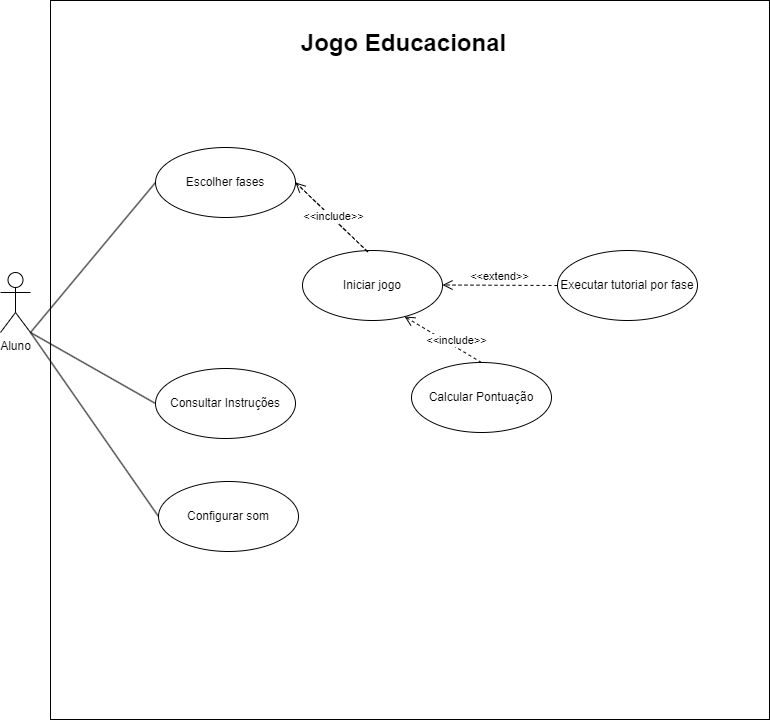
Earlier version of the draw.io export JOGOES.drawio.png (BrendaGarcez/Lixo-no-Lixo). Source tidied: cells renumbered, new cells last; positions are measured from the earlier drawing's top-left corner, leaving out a move shared by most shapes.
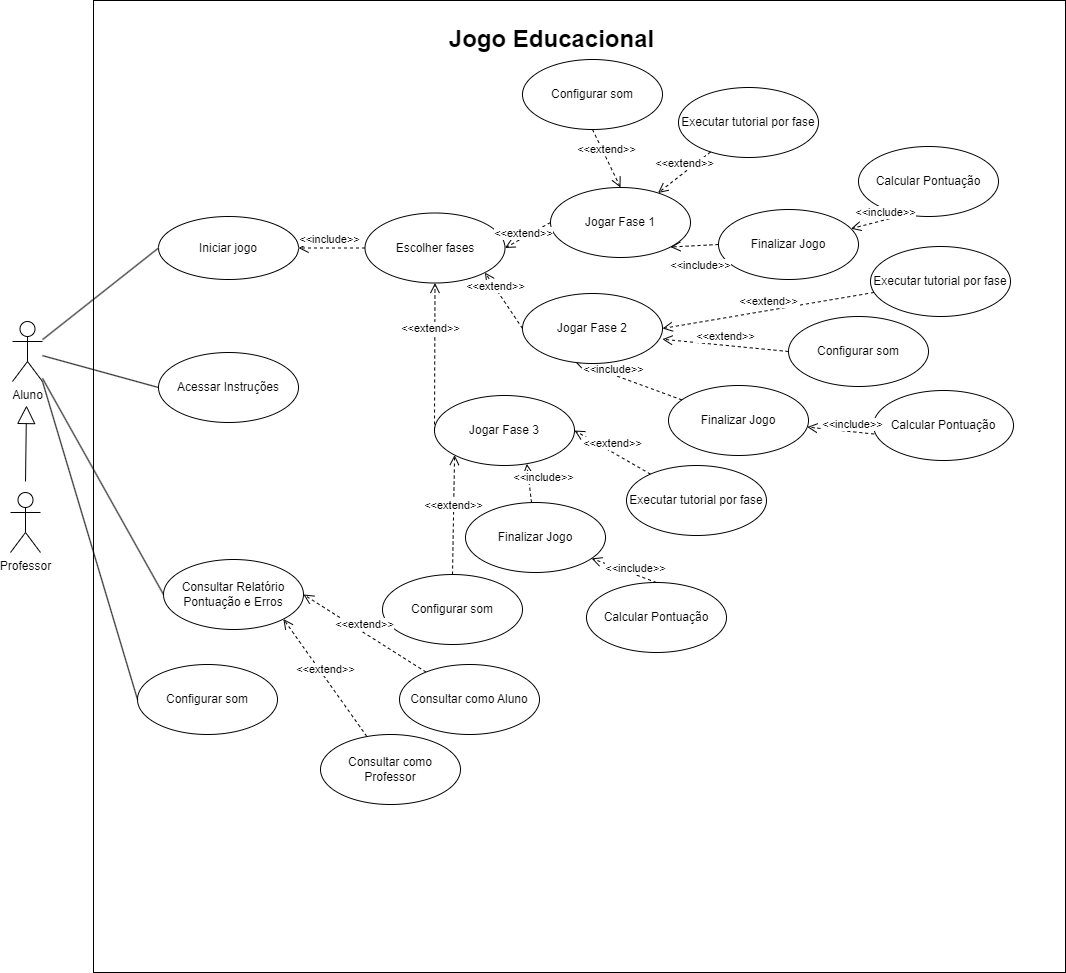
Later version of the same file.

Diff of the diagram source:
```diff
@@ -3,7 +3,7 @@
     <mxCell id="0" />
     <mxCell id="1" parent="0" />
     <mxCell id="2" style="whiteSpace=wrap;html=1;" parent="1" vertex="1">
-      <mxGeometry x="50" width="719" height="719" as="geometry" />
+      <mxGeometry x="81" y="-49" width="972" height="972" as="geometry" />
     </mxCell>
     <mxCell id="3" value="Aluno" style="shape=umlActor;verticalLabelPosition=bottom;verticalAlign=top;html=1;outlineConnect=0;" parent="1" vertex="1">
       <mxGeometry y="272" width="30" height="60" as="geometry" />
@@ -15,52 +15,148 @@
       </mxGeometry>
     </mxCell>
     <mxCell id="5" value="Escolher fases" style="ellipse;whiteSpace=wrap;html=1;" parent="1" vertex="1">
-      <mxGeometry x="155" y="147" width="140" height="70" as="geometry" />
+      <mxGeometry x="352.5" y="163.5" width="140" height="70" as="geometry" />
     </mxCell>
     <mxCell id="6" value="Configurar som" style="ellipse;whiteSpace=wrap;html=1;" parent="1" vertex="1">
-      <mxGeometry x="158" y="481" width="140" height="70" as="geometry" />
+      <mxGeometry x="125" y="615" width="140" height="70" as="geometry" />
     </mxCell>
-    <mxCell id="7" value="Consultar Instruções" style="ellipse;whiteSpace=wrap;html=1;" parent="1" vertex="1">
-      <mxGeometry x="155" y="368" width="140" height="70" as="geometry" />
+    <mxCell id="7" value="Acessar Instruções" style="ellipse;whiteSpace=wrap;html=1;" parent="1" vertex="1">
+      <mxGeometry x="146" y="303" width="140" height="70" as="geometry" />
     </mxCell>
     <mxCell id="8" value="Iniciar jogo" style="ellipse;whiteSpace=wrap;html=1;" parent="1" vertex="1">
-      <mxGeometry x="302" y="250" width="140" height="70" as="geometry" />
+      <mxGeometry x="146" y="167" width="140" height="63" as="geometry" />
     </mxCell>
     <mxCell id="9" value="Executar tutorial por fase" style="ellipse;whiteSpace=wrap;html=1;" parent="1" vertex="1">
-      <mxGeometry x="557" y="250" width="140" height="70" as="geometry" />
+      <mxGeometry x="666" y="38" width="140" height="70" as="geometry" />
     </mxCell>
-    <mxCell id="10" value="&amp;lt;&amp;lt;include&amp;gt;&amp;gt;" style="html=1;verticalAlign=bottom;endArrow=open;dashed=1;endSize=8;curved=0;rounded=0;exitX=1;exitY=0.5;exitDx=0;exitDy=0;" parent="1" edge="1" source="5">
-      <mxGeometry x="-0.43" y="-5" relative="1" as="geometry">
-        <mxPoint x="295" y="182" as="targetPoint" />
-        <Array as="points">
-          <mxPoint x="368" y="252" />
-        </Array>
-      </mxGeometry>
+    <mxCell id="10" value="&amp;lt;&amp;lt;include&amp;gt;&amp;gt;" style="html=1;verticalAlign=bottom;endArrow=open;dashed=1;endSize=8;curved=0;rounded=0;exitX=0;exitY=0.5;exitDx=0;exitDy=0;entryX=1;entryY=0.5;entryDx=0;entryDy=0;" parent="1" edge="1" source="5" target="8">
+      <mxGeometry x="0.06" relative="1" as="geometry" />
     </mxCell>
-    <mxCell id="11" value="&amp;lt;&amp;lt;extend&amp;gt;&amp;gt;" style="html=1;verticalAlign=bottom;endArrow=open;dashed=1;endSize=8;curved=0;rounded=0;" parent="1" edge="1" source="9">
-      <mxGeometry relative="1" as="geometry">
-        <mxPoint x="442" y="284.5" as="targetPoint" />
-      </mxGeometry>
+    <mxCell id="11" value="&amp;lt;&amp;lt;extend&amp;gt;&amp;gt;" style="html=1;verticalAlign=bottom;endArrow=open;dashed=1;endSize=8;curved=0;rounded=0;" parent="1" edge="1" source="9" target="18">
+      <mxGeometry relative="1" as="geometry" />
     </mxCell>
     <mxCell id="12" value="Jogo Educacional" style="text;strokeColor=none;fillColor=none;html=1;fontSize=24;fontStyle=1;verticalAlign=middle;align=center;" parent="1" vertex="1">
-      <mxGeometry x="352.5" y="23" width="100" height="40" as="geometry" />
+      <mxGeometry x="489" y="-30" width="100" height="40" as="geometry" />
     </mxCell>
-    <mxCell id="13" style="endArrow=none;html=1;rounded=0;entryX=0;entryY=0.5;entryDx=0;entryDy=0;" parent="1" edge="1" target="5">
-      <mxGeometry relative="1" as="geometry">
-        <mxPoint x="30" y="332" as="sourcePoint" />
-      </mxGeometry>
+    <mxCell id="13" style="endArrow=none;html=1;rounded=0;entryX=0;entryY=0.5;entryDx=0;entryDy=0;" parent="1" edge="1" source="3" target="8">
+      <mxGeometry relative="1" as="geometry" />
     </mxCell>
-    <mxCell id="14" style="endArrow=none;html=1;rounded=0;entryX=0;entryY=0.5;entryDx=0;entryDy=0;exitX=1;exitY=1;exitDx=0;exitDy=0;exitPerimeter=0;" parent="1" edge="1" source="3" target="7">
+    <mxCell id="14" style="endArrow=none;html=1;rounded=0;entryX=0;entryY=0.5;entryDx=0;entryDy=0;" parent="1" edge="1" source="3" target="7">
       <mxGeometry relative="1" as="geometry" />
     </mxCell>
     <mxCell id="15" style="endArrow=none;html=1;rounded=0;exitX=0;exitY=0.5;exitDx=0;exitDy=0;entryX=1;entryY=1;entryDx=0;entryDy=0;entryPerimeter=0;" parent="1" edge="1" source="6" target="3">
       <mxGeometry relative="1" as="geometry" />
     </mxCell>
     <mxCell id="16" value="Calcular Pontuação" style="ellipse;whiteSpace=wrap;html=1;" parent="1" vertex="1">
-      <mxGeometry x="411" y="362" width="140" height="70" as="geometry" />
+      <mxGeometry x="846" y="97" width="140" height="70" as="geometry" />
     </mxCell>
-    <mxCell id="17" value="&amp;lt;&amp;lt;include&amp;gt;&amp;gt;" style="html=1;verticalAlign=bottom;endArrow=open;dashed=1;endSize=8;curved=0;rounded=0;entryX=0.729;entryY=0.943;entryDx=0;entryDy=0;exitX=0.5;exitY=0;exitDx=0;exitDy=0;entryPerimeter=0;" parent="1" edge="1" source="16" target="8">
+    <mxCell id="17" value="&amp;lt;&amp;lt;include&amp;gt;&amp;gt;" style="html=1;verticalAlign=bottom;endArrow=open;dashed=1;endSize=8;curved=0;rounded=0;exitX=0.305;exitY=0.988;exitDx=0;exitDy=0;exitPerimeter=0;" parent="1" edge="1" source="16" target="19">
       <mxGeometry x="-0.37" y="2" relative="1" as="geometry" />
     </mxCell>
+    <mxCell id="18" value="Jogar Fase 1" style="ellipse;whiteSpace=wrap;html=1;" parent="1" vertex="1">
+      <mxGeometry x="538" y="138" width="140" height="70" as="geometry" />
+    </mxCell>
+    <mxCell id="19" value="Finalizar Jogo" style="ellipse;whiteSpace=wrap;html=1;" parent="1" vertex="1">
+      <mxGeometry x="706" y="160" width="140" height="70" as="geometry" />
+    </mxCell>
+    <mxCell id="20" value="&amp;lt;&amp;lt;include&amp;gt;&amp;gt;" style="html=1;verticalAlign=bottom;endArrow=open;dashed=1;endSize=8;curved=0;rounded=0;exitX=0;exitY=0.5;exitDx=0;exitDy=0;entryX=1;entryY=1;entryDx=0;entryDy=0;" parent="1" edge="1" source="19" target="18">
+      <mxGeometry x="-0.19" y="29" relative="1" as="geometry" />
+    </mxCell>
+    <mxCell id="21" value="&amp;lt;&amp;lt;extend&amp;gt;&amp;gt;" style="html=1;verticalAlign=bottom;endArrow=open;dashed=1;endSize=8;curved=0;rounded=0;exitX=0;exitY=0.5;exitDx=0;exitDy=0;entryX=1;entryY=0.5;entryDx=0;entryDy=0;" parent="1" edge="1" source="18" target="5">
+      <mxGeometry x="0.25" y="4" relative="1" as="geometry" />
+    </mxCell>
+    <mxCell id="22" value="Calcular Pontuação" style="ellipse;whiteSpace=wrap;html=1;" parent="1" vertex="1">
+      <mxGeometry x="861" y="341" width="140" height="70" as="geometry" />
+    </mxCell>
+    <mxCell id="23" value="&amp;lt;&amp;lt;include&amp;gt;&amp;gt;" style="html=1;verticalAlign=bottom;endArrow=open;dashed=1;endSize=8;curved=0;rounded=0;exitX=0.005;exitY=0.622;exitDx=0;exitDy=0;exitPerimeter=0;" parent="1" edge="1" source="22" target="24">
+      <mxGeometry x="-0.37" y="2" relative="1" as="geometry" />
+    </mxCell>
+    <mxCell id="24" value="Finalizar Jogo" style="ellipse;whiteSpace=wrap;html=1;" parent="1" vertex="1">
+      <mxGeometry x="656" y="336" width="140" height="70" as="geometry" />
+    </mxCell>
+    <mxCell id="25" value="&amp;lt;&amp;lt;include&amp;gt;&amp;gt;" style="html=1;verticalAlign=bottom;endArrow=open;dashed=1;endSize=8;curved=0;rounded=0;entryX=0.366;entryY=0.954;entryDx=0;entryDy=0;entryPerimeter=0;" parent="1" edge="1" source="24" target="28">
+      <mxGeometry x="0.25" y="4" relative="1" as="geometry" />
+    </mxCell>
+    <mxCell id="26" value="Executar tutorial por fase" style="ellipse;whiteSpace=wrap;html=1;" parent="1" vertex="1">
+      <mxGeometry x="858" y="197" width="140" height="70" as="geometry" />
+    </mxCell>
+    <mxCell id="27" value="&amp;lt;&amp;lt;extend&amp;gt;&amp;gt;" style="html=1;verticalAlign=bottom;endArrow=open;dashed=1;endSize=8;curved=0;rounded=0;entryX=1;entryY=0.5;entryDx=0;entryDy=0;" parent="1" edge="1" source="26" target="28">
+      <mxGeometry relative="1" as="geometry" />
+    </mxCell>
+    <mxCell id="28" value="Jogar Fase 2" style="ellipse;whiteSpace=wrap;html=1;" parent="1" vertex="1">
+      <mxGeometry x="510" y="244" width="140" height="70" as="geometry" />
+    </mxCell>
+    <mxCell id="29" value="&amp;lt;&amp;lt;extend&amp;gt;&amp;gt;" style="html=1;verticalAlign=bottom;endArrow=open;dashed=1;endSize=8;curved=0;rounded=0;exitX=0;exitY=0.5;exitDx=0;exitDy=0;entryX=1;entryY=1;entryDx=0;entryDy=0;" parent="1" edge="1" source="28" target="5">
+      <mxGeometry x="0.25" y="4" relative="1" as="geometry" />
+    </mxCell>
+    <mxCell id="30" value="Consultar Relatório Pontuação e Erros" style="ellipse;whiteSpace=wrap;html=1;" parent="1" vertex="1">
+      <mxGeometry x="151" y="510" width="140" height="70" as="geometry" />
+    </mxCell>
+    <mxCell id="31" style="endArrow=none;html=1;rounded=0;exitX=0;exitY=0.5;exitDx=0;exitDy=0;" parent="1" edge="1" source="30" target="3">
+      <mxGeometry relative="1" as="geometry" />
+    </mxCell>
+    <mxCell id="32" value="Professor" style="shape=umlActor;verticalLabelPosition=bottom;verticalAlign=top;html=1;" parent="1" vertex="1">
+      <mxGeometry x="-2" y="443" width="30" height="60" as="geometry" />
+    </mxCell>
+    <mxCell id="33" style="endArrow=block;endSize=16;endFill=0;html=1;rounded=0;" parent="1" edge="1">
+      <mxGeometry relative="1" as="geometry">
+        <mxPoint x="13" y="432" as="sourcePoint" />
+        <mxPoint x="14" y="356" as="targetPoint" />
+      </mxGeometry>
+    </mxCell>
+    <mxCell id="34" value="Jogar Fase 3" style="ellipse;whiteSpace=wrap;html=1;" parent="1" vertex="1">
+      <mxGeometry x="422" y="346" width="140" height="70" as="geometry" />
+    </mxCell>
+    <mxCell id="35" value="&amp;lt;&amp;lt;extend&amp;gt;&amp;gt;" style="html=1;verticalAlign=bottom;endArrow=open;dashed=1;endSize=8;curved=0;rounded=0;exitX=0;exitY=0.5;exitDx=0;exitDy=0;entryX=0.5;entryY=1;entryDx=0;entryDy=0;" parent="1" edge="1" source="34" target="5">
+      <mxGeometry x="0.25" y="4" relative="1" as="geometry" />
+    </mxCell>
+    <mxCell id="36" value="&amp;lt;&amp;lt;extend&amp;gt;&amp;gt;" style="html=1;verticalAlign=bottom;endArrow=open;dashed=1;endSize=8;curved=0;rounded=0;entryX=1;entryY=0.5;entryDx=0;entryDy=0;" parent="1" edge="1" source="37" target="34">
+      <mxGeometry relative="1" as="geometry" />
+    </mxCell>
+    <mxCell id="37" value="Executar tutorial por fase" style="ellipse;whiteSpace=wrap;html=1;" parent="1" vertex="1">
+      <mxGeometry x="614" y="416" width="140" height="70" as="geometry" />
+    </mxCell>
+    <mxCell id="38" value="Finalizar Jogo" style="ellipse;whiteSpace=wrap;html=1;" parent="1" vertex="1">
+      <mxGeometry x="453" y="453" width="140" height="70" as="geometry" />
+    </mxCell>
+    <mxCell id="39" value="&amp;lt;&amp;lt;include&amp;gt;&amp;gt;" style="html=1;verticalAlign=bottom;endArrow=open;dashed=1;endSize=8;curved=0;rounded=0;entryX=0.659;entryY=0.976;entryDx=0;entryDy=0;entryPerimeter=0;" parent="1" edge="1" source="38" target="34">
+      <mxGeometry x="-0.26" y="-14" relative="1" as="geometry" />
+    </mxCell>
+    <mxCell id="40" value="&amp;lt;&amp;lt;include&amp;gt;&amp;gt;" style="html=1;verticalAlign=bottom;endArrow=open;dashed=1;endSize=8;curved=0;rounded=0;exitX=0.5;exitY=0;exitDx=0;exitDy=0;" parent="1" edge="1" source="41" target="38">
+      <mxGeometry x="-0.37" y="2" relative="1" as="geometry" />
+    </mxCell>
+    <mxCell id="41" value="Calcular Pontuação" style="ellipse;whiteSpace=wrap;html=1;" parent="1" vertex="1">
+      <mxGeometry x="574" y="533" width="140" height="70" as="geometry" />
+    </mxCell>
+    <mxCell id="42" value="Configurar som" style="ellipse;whiteSpace=wrap;html=1;" parent="1" vertex="1">
+      <mxGeometry x="510" y="10" width="140" height="70" as="geometry" />
+    </mxCell>
+    <mxCell id="43" value="&amp;lt;&amp;lt;extend&amp;gt;&amp;gt;" style="html=1;verticalAlign=bottom;endArrow=open;dashed=1;endSize=8;curved=0;rounded=0;exitX=0.5;exitY=1;exitDx=0;exitDy=0;entryX=0.5;entryY=0;entryDx=0;entryDy=0;" parent="1" edge="1" source="42" target="18">
+      <mxGeometry relative="1" as="geometry" />
+    </mxCell>
+    <mxCell id="44" value="Configurar som" style="ellipse;whiteSpace=wrap;html=1;" parent="1" vertex="1">
+      <mxGeometry x="776" y="267" width="140" height="70" as="geometry" />
+    </mxCell>
+    <mxCell id="45" value="Configurar som" style="ellipse;whiteSpace=wrap;html=1;" parent="1" vertex="1">
+      <mxGeometry x="370" y="525" width="140" height="70" as="geometry" />
+    </mxCell>
+    <mxCell id="46" value="&amp;lt;&amp;lt;extend&amp;gt;&amp;gt;" style="html=1;verticalAlign=bottom;endArrow=open;dashed=1;endSize=8;curved=0;rounded=0;exitX=0;exitY=0.5;exitDx=0;exitDy=0;entryX=0.999;entryY=0.653;entryDx=0;entryDy=0;entryPerimeter=0;" parent="1" edge="1" source="44" target="28">
+      <mxGeometry relative="1" as="geometry" />
+    </mxCell>
+    <mxCell id="47" value="&amp;lt;&amp;lt;extend&amp;gt;&amp;gt;" style="html=1;verticalAlign=bottom;endArrow=open;dashed=1;endSize=8;curved=0;rounded=0;exitX=0.5;exitY=0;exitDx=0;exitDy=0;entryX=0;entryY=1;entryDx=0;entryDy=0;" parent="1" edge="1" source="45" target="34">
+      <mxGeometry relative="1" as="geometry" />
+    </mxCell>
+    <mxCell id="48" value="&amp;lt;&amp;lt;extend&amp;gt;&amp;gt;" style="html=1;verticalAlign=bottom;endArrow=open;dashed=1;endSize=8;curved=0;rounded=0;entryX=1;entryY=0.5;entryDx=0;entryDy=0;" parent="1" edge="1" source="49" target="30">
+      <mxGeometry relative="1" as="geometry" />
+    </mxCell>
+    <mxCell id="49" value="Consultar como Aluno" style="ellipse;whiteSpace=wrap;html=1;" parent="1" vertex="1">
+      <mxGeometry x="387" y="615" width="140" height="70" as="geometry" />
+    </mxCell>
+    <mxCell id="50" value="Consultar como Professor" style="ellipse;whiteSpace=wrap;html=1;" parent="1" vertex="1">
+      <mxGeometry x="308" y="685" width="140" height="70" as="geometry" />
+    </mxCell>
+    <mxCell id="51" value="&amp;lt;&amp;lt;extend&amp;gt;&amp;gt;" style="html=1;verticalAlign=bottom;endArrow=open;dashed=1;endSize=8;curved=0;rounded=0;entryX=1;entryY=1;entryDx=0;entryDy=0;" parent="1" edge="1" source="50" target="30">
+      <mxGeometry relative="1" as="geometry" />
+    </mxCell>
   </root>
 </mxGraphModel>
```
